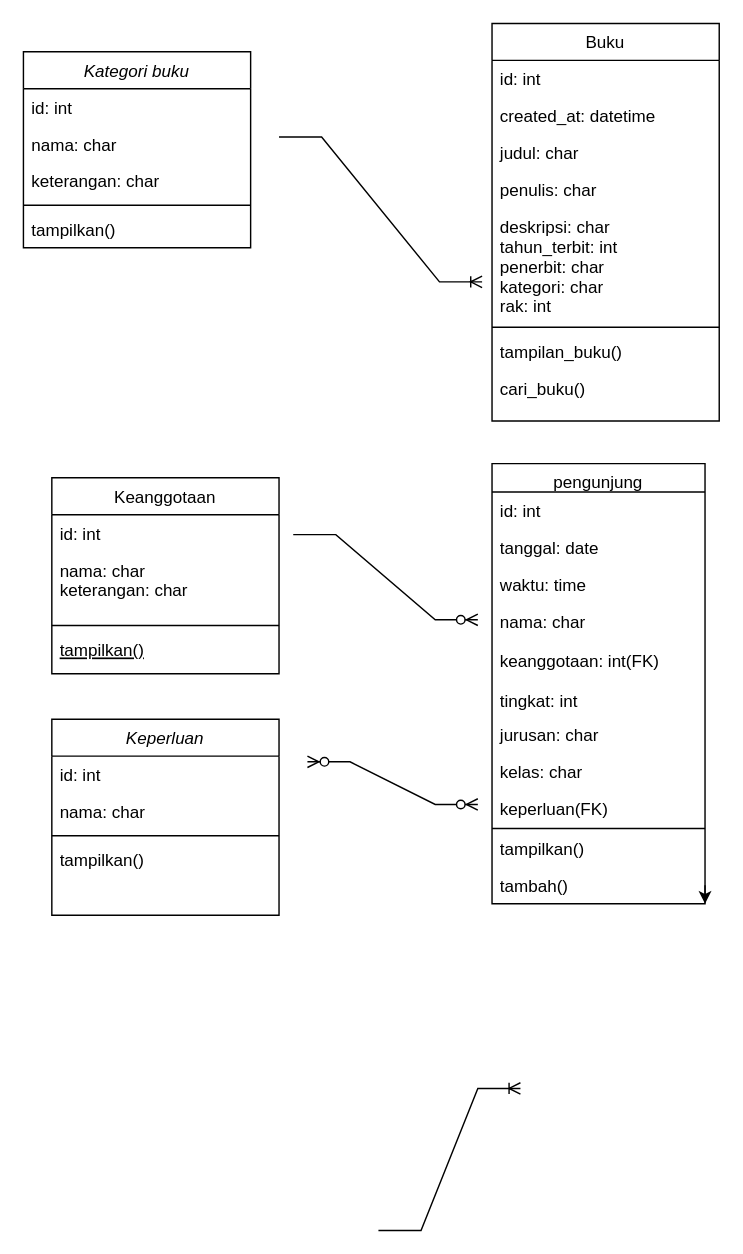
Earlier version of the draw.io diagram class-diagram-perpus-digital.drawio (RizniRajbiaa/RizniRajbiaa). Source tidied: cells renumbered, new cells numbered last; positions are measured from the earlier drawing's top-left corner, leaving out a move shared by most shapes. Both pictures are drawn from the tidied source at 142%, with x=0, y=0 at pixel (23, 23).
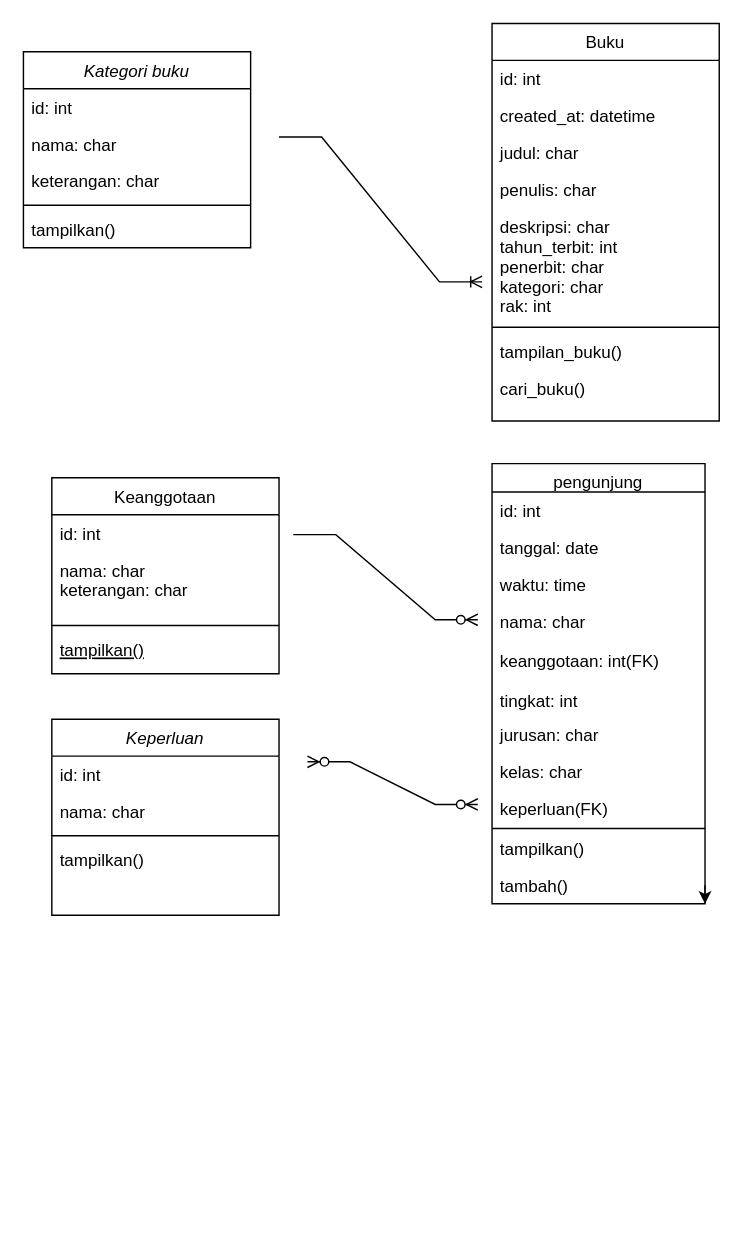
The same diagram, later.

The edit, as a diff of the source:
```diff
@@
-    <mxCell id="40" style="edgeStyle=entityRelationEdgeStyle;fontSize=12;html=1;endArrow=ERoneToMany;rounded=0;" parent="1" edge="1">
-      <mxGeometry relative="1" as="geometry">
-        <mxPoint x="250" y="850" as="sourcePoint" />
-        <mxPoint x="350" y="750" as="targetPoint" />
-      </mxGeometry>
-    </mxCell>
```
